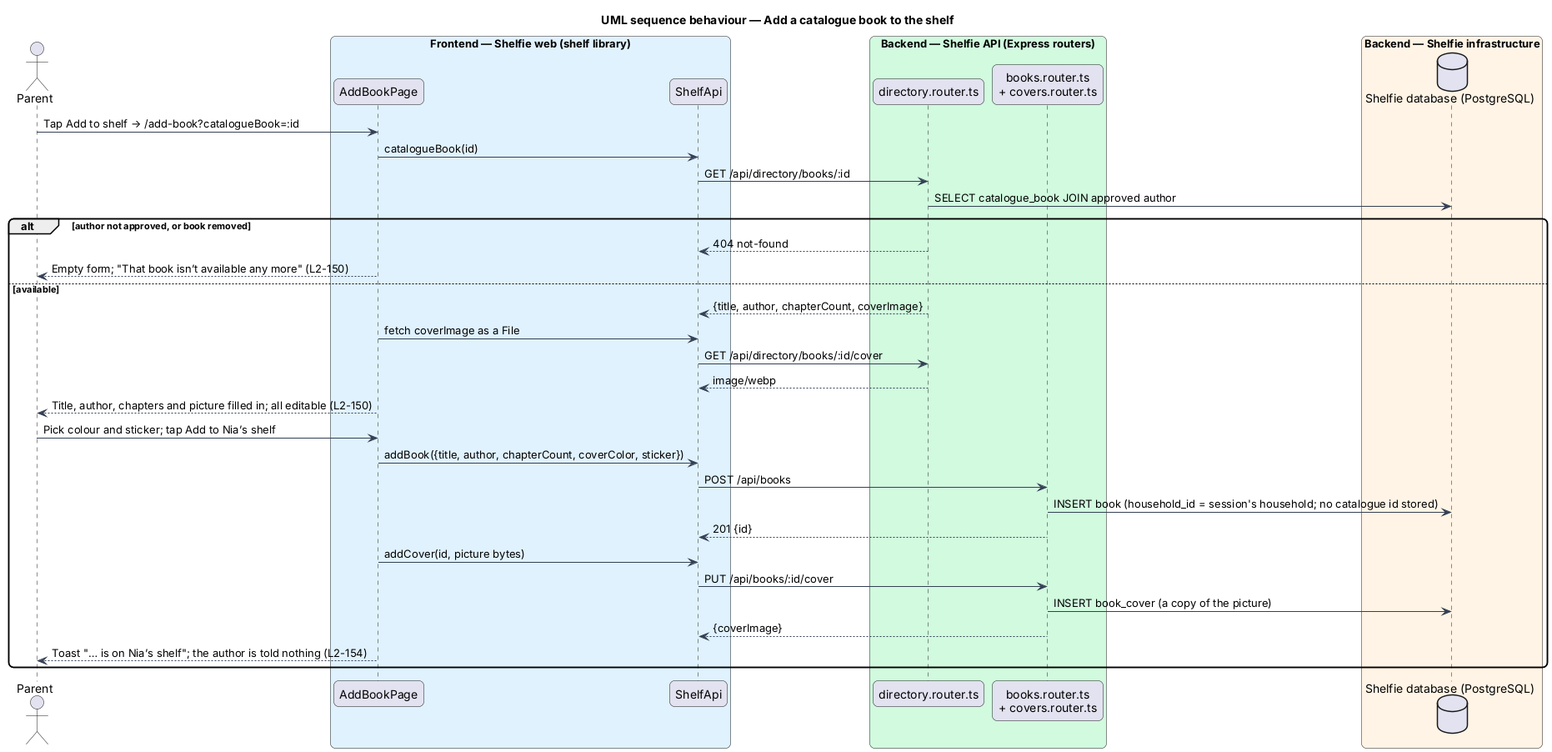
This is docs/detailed-designs/directory/browse-directory/diagrams/sequence-add-to-shelf.png from QuinntyneBrown/shelfie, a PlantUML export, as it was before one commit. The source it was exported from:
```plantuml
@startuml
title UML sequence behaviour — Add a catalogue book to the shelf
skinparam backgroundColor #FFFFFF
skinparam shadowing false
skinparam roundcorner 12
skinparam defaultFontName Arial
skinparam ArrowColor #344054
actor "Parent" as parent
box "Frontend — Shelfie web (shelf library)" #E0F2FE
  participant "AddBookPage" as page
  participant "ShelfApi" as client
end box
box "Backend — Shelfie API (Express routers)" #D1FADF
  participant "directory.router.ts" as directory
  participant "books.router.ts\n+ covers.router.ts" as books
end box
box "Backend — Shelfie infrastructure" #FFF4E5
  database "Shelfie database (PostgreSQL)" as db
end box

parent -> page : Tap Add to shelf → /add-book?catalogueBook=:id
page -> client : catalogueBook(id)
client -> directory : GET /api/directory/books/:id
directory -> db : SELECT catalogue_book JOIN approved author
alt author not approved, or book removed
  directory --> client : 404 not-found
  page --> parent : Empty form; "That book isn’t available any more" (L2-150)
else available
  directory --> client : {title, author, chapterCount, coverImage}
  page -> client : fetch coverImage as a File
  client -> directory : GET /api/directory/books/:id/cover
  directory --> client : image/webp
  page --> parent : Title, author, chapters and picture filled in; all editable (L2-150)
  parent -> page : Pick colour and sticker; tap Add to Nia’s shelf
  page -> client : addBook({title, author, chapterCount, coverColor, sticker})
  client -> books : POST /api/books
  books -> db : INSERT book (household_id = session's household; no catalogue id stored)
  books --> client : 201 {id}
  page -> client : addCover(id, picture bytes)
  client -> books : PUT /api/books/:id/cover
  books -> db : INSERT book_cover (a copy of the picture)
  books --> client : {coverImage}
  page --> parent : Toast "… is on Nia’s shelf"; the author is told nothing (L2-154)
end
@enduml
```
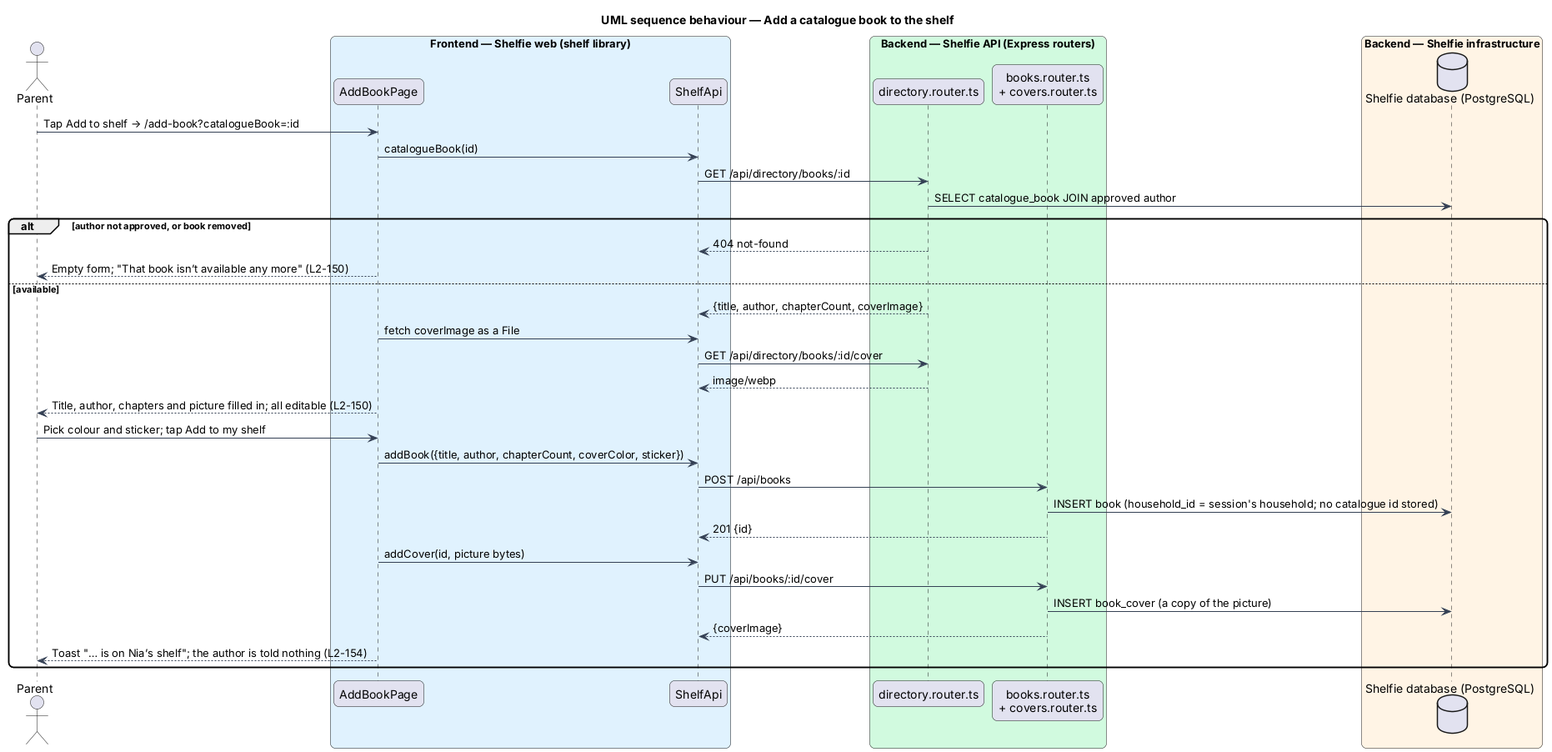
After the change.

Change to the diagram source:
```diff
@@ -31,7 +31,7 @@
   client -> directory : GET /api/directory/books/:id/cover
   directory --> client : image/webp
   page --> parent : Title, author, chapters and picture filled in; all editable (L2-150)
-  parent -> page : Pick colour and sticker; tap Add to Nia’s shelf
+  parent -> page : Pick colour and sticker; tap Add to my shelf
   page -> client : addBook({title, author, chapterCount, coverColor, sticker})
   client -> books : POST /api/books
   books -> db : INSERT book (household_id = session's household; no catalogue id stored)
```
